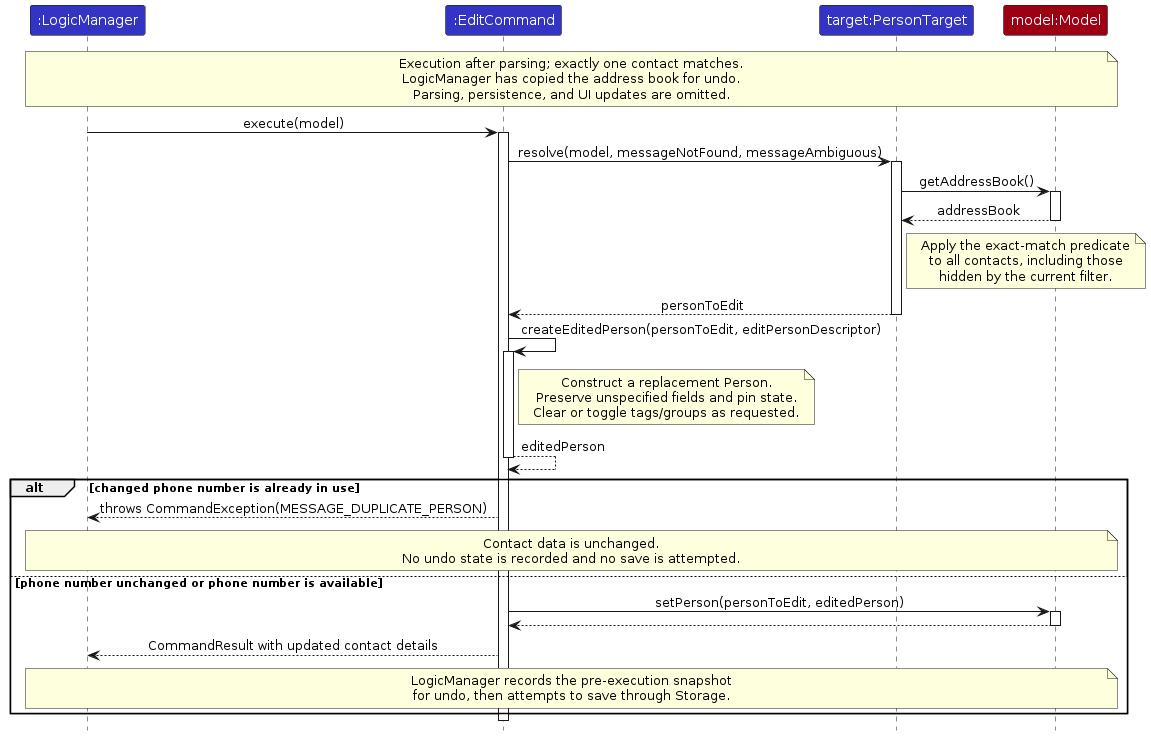
AY2627S1-CS2103T-T16-4/tp keeps this PlantUML diagram as diagrams/EditExecutionSequenceDiagram.png. Above is the earlier version. Its source is kept beside it as diagrams/EditExecutionSequenceDiagram.puml.
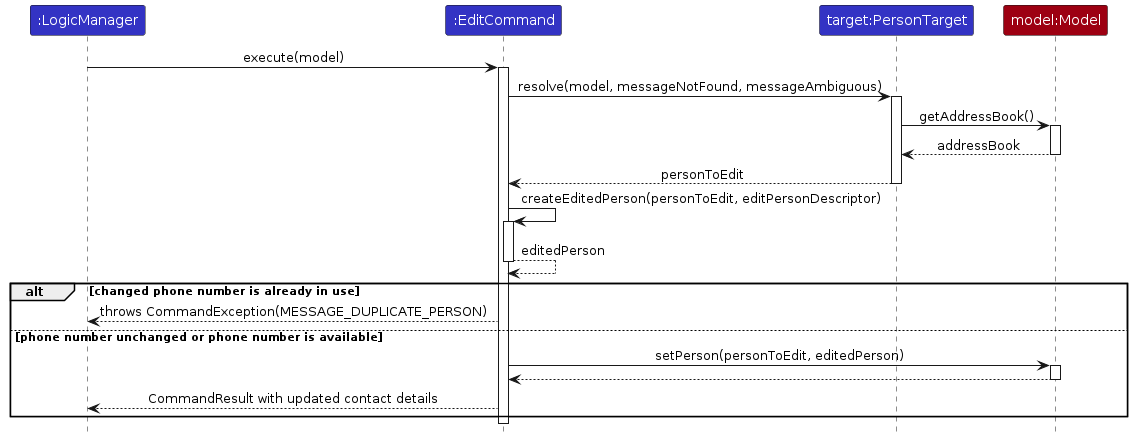
Above is the later version.

Diff of the diagram source:
```diff
@@ -7,12 +7,6 @@
 participant "target:PersonTarget" as PersonTarget LOGIC_COLOR
 participant "model:Model" as Model MODEL_COLOR
 
-note over LogicManager, Model
-  Execution after parsing; exactly one contact matches.
-  LogicManager has copied the address book for undo.
-  Parsing, persistence, and UI updates are omitted.
-end note
-
 LogicManager -> EditCommand : execute(model)
 activate EditCommand
 EditCommand -> PersonTarget : resolve(model, messageNotFound, messageAmbiguous)
@@ -21,40 +15,22 @@
 activate Model
 Model --> PersonTarget : addressBook
 deactivate Model
-note right of PersonTarget
-  Apply the exact-match predicate
-  to all contacts, including those
-  hidden by the current filter.
-end note
 PersonTarget --> EditCommand : personToEdit
 deactivate PersonTarget
 
 EditCommand -> EditCommand : createEditedPerson(personToEdit, editPersonDescriptor)
 activate EditCommand
-note right of EditCommand
-  Construct a replacement Person.
-  Preserve unspecified fields and pin state.
-  Clear or toggle tags/groups as requested.
-end note
 EditCommand --> EditCommand : editedPerson
 deactivate EditCommand
 
 alt changed phone number is already in use
   EditCommand --> LogicManager : throws CommandException(MESSAGE_DUPLICATE_PERSON)
-  note over LogicManager, Model
-    Contact data is unchanged.
-    No undo state is recorded and no save is attempted.
-  end note
 else phone number unchanged or phone number is available
   EditCommand -> Model : setPerson(personToEdit, editedPerson)
   activate Model
   Model --> EditCommand
   deactivate Model
   EditCommand --> LogicManager : CommandResult with updated contact details
-  note over LogicManager, Model
-    LogicManager records the pre-execution snapshot
-    for undo, then attempts to save through Storage.
-  end note
 end
 deactivate EditCommand
 @enduml
```
